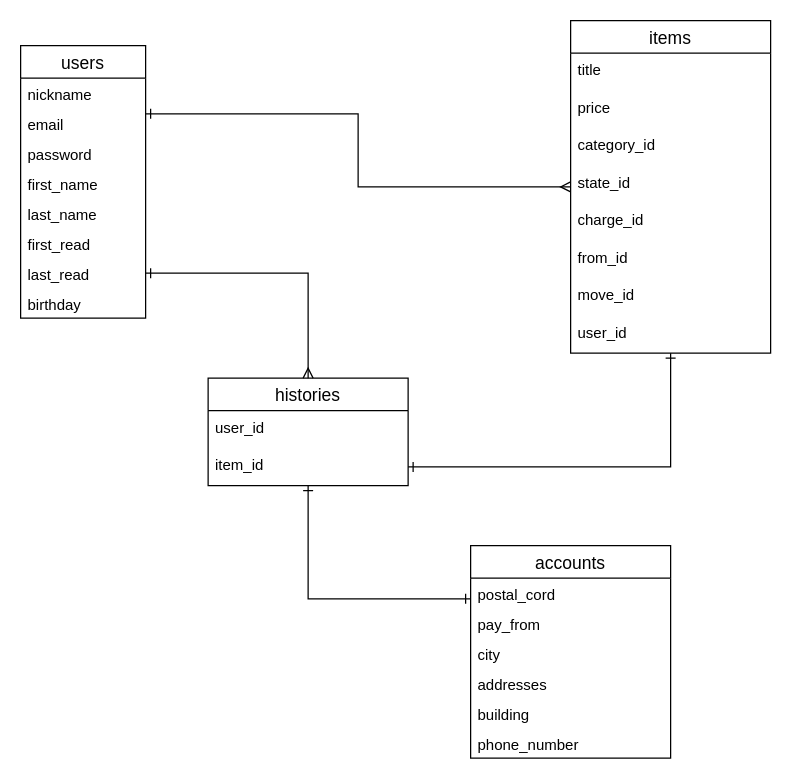
Above: furima.dio in kawabegenki/furima-35218 (draw.io), before the change. Source tidied: cells renumbered, new cells numbered last; positions are measured from the earlier drawing's top-left corner, leaving out a move shared by most shapes. Both pictures are drawn from the tidied source at 125%, with x=0, y=0 at pixel (20, 20).
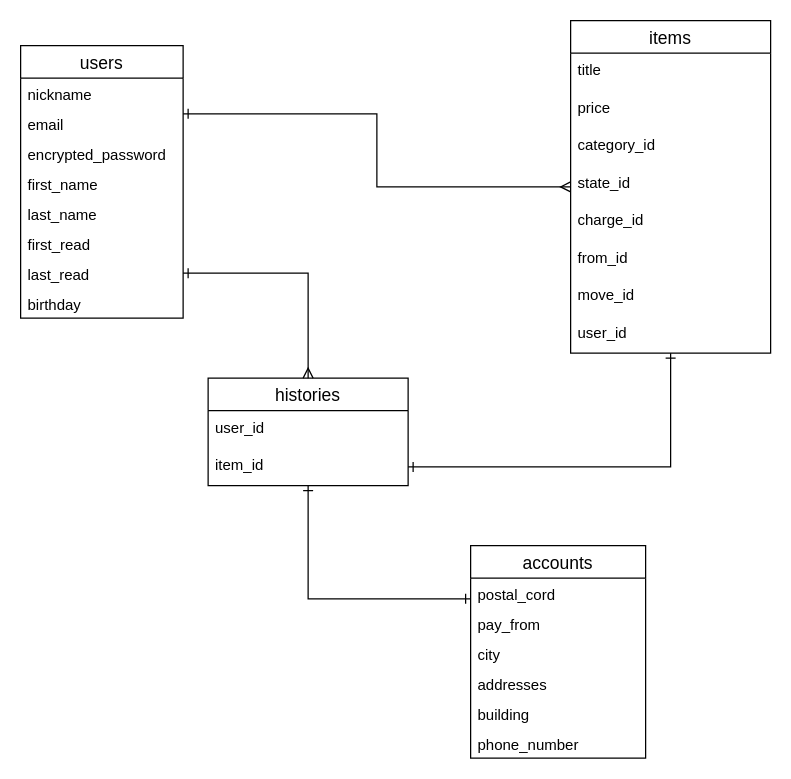
The same page after the edit.

Commit message:
テーブル設計　β版

The edit, as a diff of the source:
```diff
@@
     <mxCell id="3" value="users" style="swimlane;fontStyle=0;horizontal=1;startSize=26;align=center;fontSize=14;" parent="1" vertex="1">
-      <mxGeometry y="20" width="100" height="218" as="geometry" />
+      <mxGeometry y="20" width="130" height="218" as="geometry" />
     </mxCell>
     <mxCell id="4" value="nickname" style="text;strokeColor=none;fillColor=none;spacingLeft=4;spacingRight=4;overflow=hidden;fontSize=12;" parent="3" vertex="1">
-      <mxGeometry y="26" width="100" height="24" as="geometry" />
+      <mxGeometry y="26" width="130" height="24" as="geometry" />
     </mxCell>
     <mxCell id="5" value="email" style="text;strokeColor=none;fillColor=none;spacingLeft=4;spacingRight=4;overflow=hidden;fontSize=12;" parent="3" vertex="1">
-      <mxGeometry y="50" width="100" height="24" as="geometry" />
+      <mxGeometry y="50" width="130" height="24" as="geometry" />
     </mxCell>
-    <mxCell id="6" value="password" style="text;strokeColor=none;fillColor=none;spacingLeft=4;spacingRight=4;overflow=hidden;fontSize=12;" parent="3" vertex="1">
-      <mxGeometry y="74" width="100" height="24" as="geometry" />
+    <mxCell id="6" value="encrypted_password" style="text;strokeColor=none;fillColor=none;spacingLeft=4;spacingRight=4;overflow=hidden;fontSize=12;" parent="3" vertex="1">
+      <mxGeometry y="74" width="130" height="24" as="geometry" />
     </mxCell>
     <mxCell id="7" value="first_name" style="text;strokeColor=none;fillColor=none;spacingLeft=4;spacingRight=4;overflow=hidden;fontSize=12;" parent="3" vertex="1">
-      <mxGeometry y="98" width="100" height="24" as="geometry" />
+      <mxGeometry y="98" width="130" height="24" as="geometry" />
     </mxCell>
     <mxCell id="8" value="last_name" style="text;strokeColor=none;fillColor=none;spacingLeft=4;spacingRight=4;overflow=hidden;fontSize=12;" parent="3" vertex="1">
-      <mxGeometry y="122" width="100" height="24" as="geometry" />
+      <mxGeometry y="122" width="130" height="24" as="geometry" />
     </mxCell>
     <mxCell id="9" value="first_read" style="text;strokeColor=none;fillColor=none;spacingLeft=4;spacingRight=4;overflow=hidden;fontSize=12;" parent="3" vertex="1">
-      <mxGeometry y="146" width="100" height="24" as="geometry" />
+      <mxGeometry y="146" width="130" height="24" as="geometry" />
     </mxCell>
     <mxCell id="10" value="last_read" style="text;strokeColor=none;fillColor=none;spacingLeft=4;spacingRight=4;overflow=hidden;points=[[0,0.5],[1,0.5]];portConstraint=eastwest;fontSize=12;" parent="3" vertex="1">
-      <mxGeometry y="170" width="100" height="24" as="geometry" />
+      <mxGeometry y="170" width="130" height="24" as="geometry" />
     </mxCell>
     <mxCell id="11" value="birthday" style="text;strokeColor=none;fillColor=none;spacingLeft=4;spacingRight=4;overflow=hidden;fontSize=12;" parent="3" vertex="1">
-      <mxGeometry y="194" width="100" height="24" as="geometry" />
+      <mxGeometry y="194" width="130" height="24" as="geometry" />
     </mxCell>
@@
     <mxCell id="26" value="accounts" style="swimlane;fontStyle=0;horizontal=1;startSize=26;align=center;fontSize=14;" parent="1" vertex="1">
-      <mxGeometry x="360" y="420" width="160" height="170" as="geometry" />
+      <mxGeometry x="360" y="420" width="140" height="170" as="geometry" />
     </mxCell>
     <mxCell id="27" value="postal_cord" style="text;strokeColor=none;fillColor=none;spacingLeft=4;spacingRight=4;overflow=hidden;fontSize=12;" parent="26" vertex="1">
-      <mxGeometry y="26" width="160" height="24" as="geometry" />
+      <mxGeometry y="26" width="140" height="24" as="geometry" />
     </mxCell>
     <mxCell id="28" value="pay_from" style="text;strokeColor=none;fillColor=none;spacingLeft=4;spacingRight=4;overflow=hidden;fontSize=12;" parent="26" vertex="1">
-      <mxGeometry y="50" width="160" height="24" as="geometry" />
+      <mxGeometry y="50" width="140" height="24" as="geometry" />
     </mxCell>
     <mxCell id="29" value="city" style="text;strokeColor=none;fillColor=none;spacingLeft=4;spacingRight=4;overflow=hidden;fontSize=12;" parent="26" vertex="1">
-      <mxGeometry y="74" width="160" height="24" as="geometry" />
+      <mxGeometry y="74" width="140" height="24" as="geometry" />
     </mxCell>
     <mxCell id="30" value="addresses" style="text;strokeColor=none;fillColor=none;spacingLeft=4;spacingRight=4;overflow=hidden;fontSize=12;" parent="26" vertex="1">
-      <mxGeometry y="98" width="160" height="24" as="geometry" />
+      <mxGeometry y="98" width="140" height="24" as="geometry" />
     </mxCell>
     <mxCell id="31" value="building" style="text;strokeColor=none;fillColor=none;spacingLeft=4;spacingRight=4;overflow=hidden;fontSize=12;" parent="26" vertex="1">
-      <mxGeometry y="122" width="160" height="24" as="geometry" />
+      <mxGeometry y="122" width="140" height="24" as="geometry" />
     </mxCell>
     <mxCell id="32" value="phone_number" style="text;strokeColor=none;fillColor=none;spacingLeft=4;spacingRight=4;overflow=hidden;fontSize=12;" parent="26" vertex="1">
-      <mxGeometry y="146" width="160" height="24" as="geometry" />
+      <mxGeometry y="146" width="140" height="24" as="geometry" />
     </mxCell>
```
